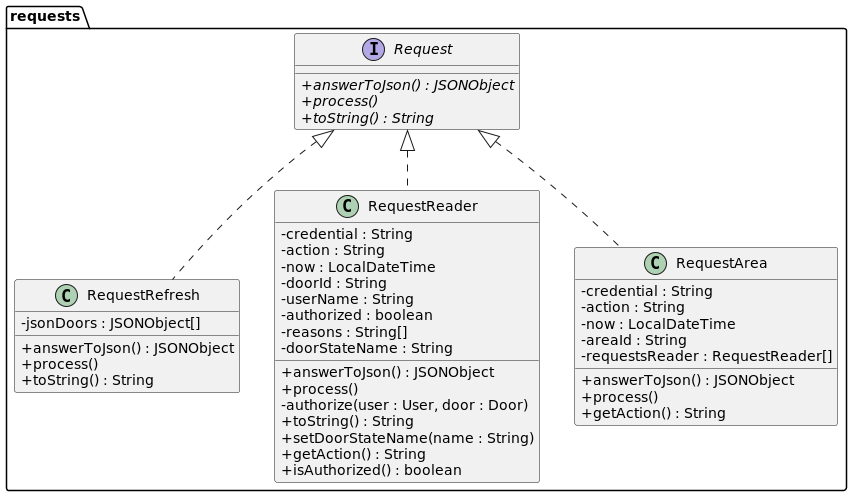
The PlantUML diagram src/baseNoStates/uml/package_requests.png in davidal15/Projecte-DS, before a commit.
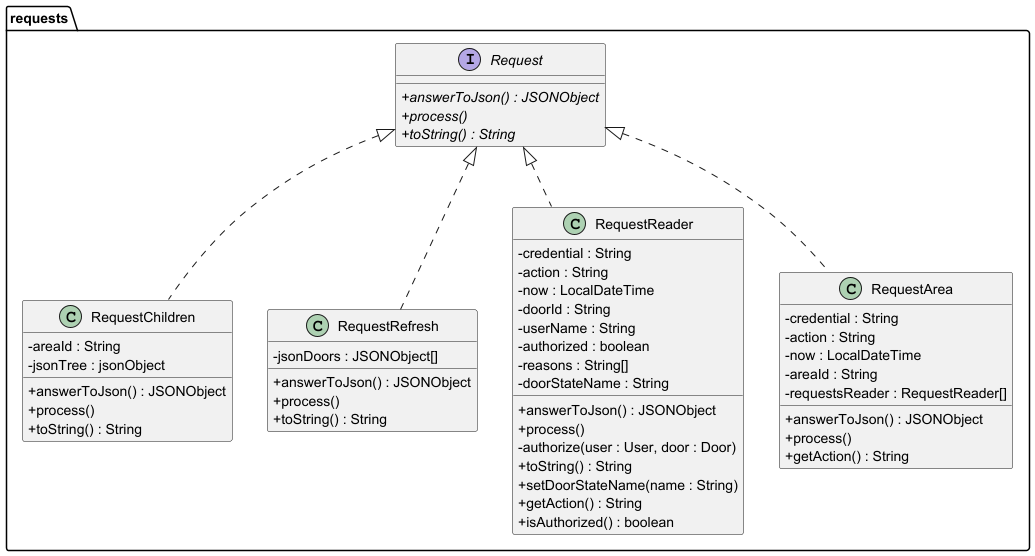
The same file after the commit.

The edit, as a diff of the source:
```diff
@@ -8,6 +8,13 @@
     + {abstract} toString() : String
     }
 
+    class RequestChildren implements Request {
+    - areaId : String
+    - jsonTree : jsonObject
+    + answerToJson() : JSONObject
+    + process()
+    + toString() : String
+    }
     class RequestRefresh implements Request {
     - jsonDoors : JSONObject[]
     + answerToJson() : JSONObject
```
